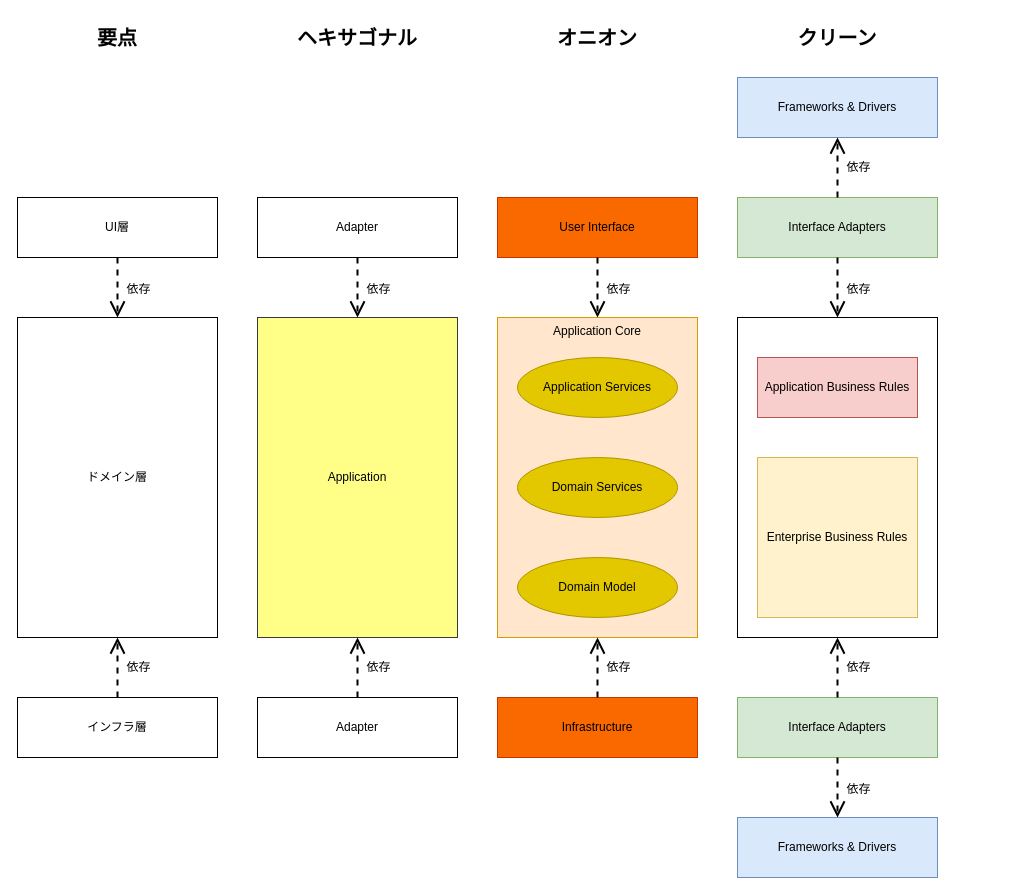
KihiraKota/Zenn keeps this draw.io diagram as page "v2" (2 of 2) of misc/Hexagonal, Onion, Clean Architectureの比較図.drawio. Above is the earlier version. Source tidied: cells renumbered, new cells numbered last; positions are measured from the earlier drawing's top-left corner, leaving out a move shared by most shapes. Both pictures are drawn from the tidied source at 100%, with x=0, y=0 at pixel (17, 17).
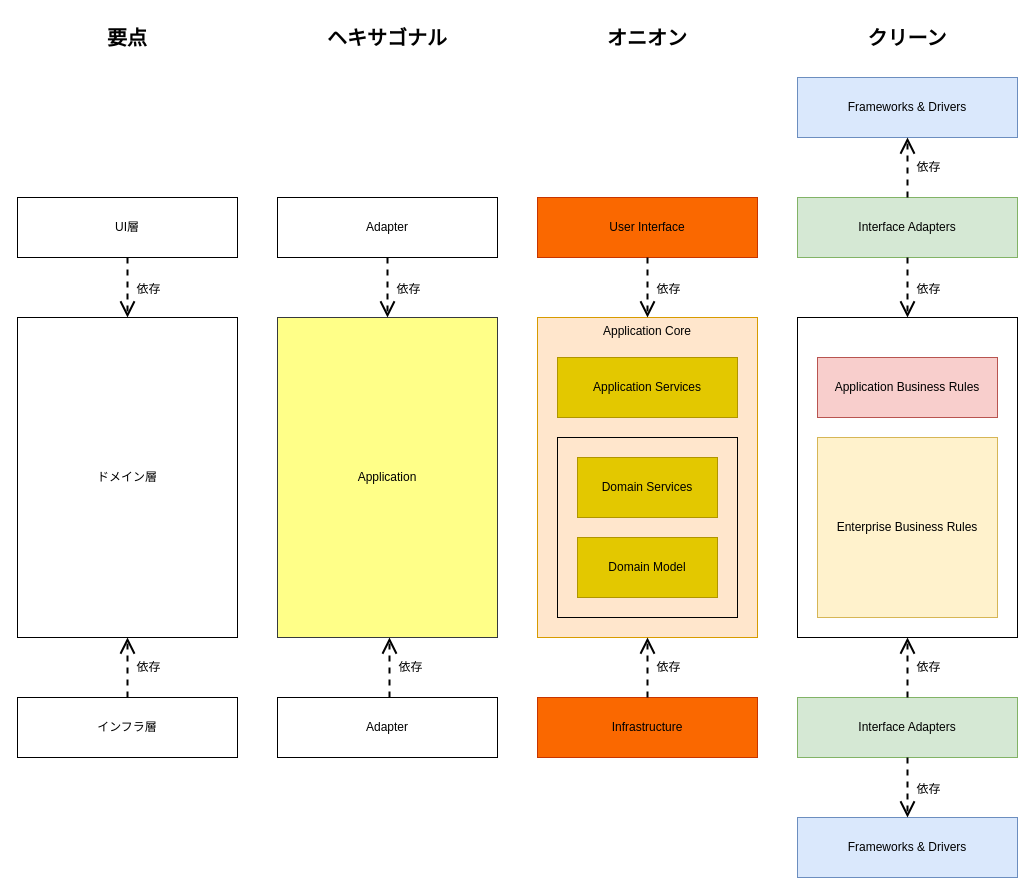
The same page after the edit.

Commit message (it also covers changes not shown here):
ヘキサゴナル、オニオン、クリーンの要点をまとめた図を更新

The edit, as a diff of the source:
```diff
@@
-    <mxCell id="0" />
-    <mxCell id="1" parent="0" />
+    <mxCell id="49" />
+    <mxCell id="50" parent="49" />
-    <mxCell id="2" value="Application" style="rounded=0;whiteSpace=wrap;html=1;fillColor=#ffff88;strokeColor=#36393d;strokeWidth=1;fontFamily=Helvetica;" parent="1" vertex="1">
-      <mxGeometry x="240" y="300" width="200" height="320" as="geometry" />
+    <mxCell id="2" value="Application" style="rounded=0;whiteSpace=wrap;html=1;fillColor=#ffff88;strokeColor=#36393d;strokeWidth=1;fontFamily=Helvetica;" parent="50" vertex="1">
+      <mxGeometry x="260" y="300" width="220" height="320" as="geometry" />
     </mxCell>
-    <mxCell id="3" value="Adapter" style="rounded=0;whiteSpace=wrap;html=1;" parent="1" vertex="1">
-      <mxGeometry x="240" y="180" width="200" height="60" as="geometry" />
-    </mxCell>
-    <mxCell id="4" value="Adapter" style="rounded=0;whiteSpace=wrap;html=1;" parent="1" vertex="1">
-      <mxGeometry x="240" y="680" width="200" height="60" as="geometry" />
-    </mxCell>
+    <mxCell id="51" value="Adapter" style="rounded=0;whiteSpace=wrap;html=1;" parent="50" vertex="1">
+      <mxGeometry x="260" y="180" width="220" height="60" as="geometry" />
+    </mxCell>
+    <mxCell id="52" value="Adapter" style="rounded=0;whiteSpace=wrap;html=1;" parent="50" vertex="1">
+      <mxGeometry x="260" y="680" width="220" height="60" as="geometry" />
+    </mxCell>
-    <mxCell id="5" value="Application Core" style="rounded=0;whiteSpace=wrap;html=1;fillColor=#ffe6cc;strokeColor=#d79b00;verticalAlign=top;" parent="1" vertex="1">
-      <mxGeometry x="480" y="300" width="200" height="320" as="geometry" />
+    <mxCell id="5" value="Application Core" style="rounded=0;whiteSpace=wrap;html=1;fillColor=#ffe6cc;strokeColor=#d79b00;verticalAlign=top;" parent="50" vertex="1">
+      <mxGeometry x="520" y="300" width="220" height="320" as="geometry" />
     </mxCell>
-    <mxCell id="6" value="User Interface" style="rounded=0;whiteSpace=wrap;html=1;fillColor=#fa6800;fontColor=#000000;strokeColor=#C73500;" parent="1" vertex="1">
-      <mxGeometry x="480" y="180" width="200" height="60" as="geometry" />
+    <mxCell id="6" value="User Interface" style="rounded=0;whiteSpace=wrap;html=1;fillColor=#fa6800;fontColor=#000000;strokeColor=#C73500;" parent="50" vertex="1">
+      <mxGeometry x="520" y="180" width="220" height="60" as="geometry" />
     </mxCell>
-    <mxCell id="7" value="Infrastructure" style="rounded=0;whiteSpace=wrap;html=1;fillColor=#fa6800;fontColor=#000000;strokeColor=#C73500;" parent="1" vertex="1">
-      <mxGeometry x="480" y="680" width="200" height="60" as="geometry" />
+    <mxCell id="7" value="Infrastructure" style="rounded=0;whiteSpace=wrap;html=1;fillColor=#fa6800;fontColor=#000000;strokeColor=#C73500;" parent="50" vertex="1">
+      <mxGeometry x="520" y="680" width="220" height="60" as="geometry" />
     </mxCell>
-    <mxCell id="8" value="Interface Adapters" style="rounded=0;whiteSpace=wrap;html=1;fillColor=#d5e8d4;strokeColor=#82b366;" parent="1" vertex="1">
-      <mxGeometry x="720" y="180" width="200" height="60" as="geometry" />
-    </mxCell>
-    <mxCell id="9" value="Interface Adapters" style="rounded=0;whiteSpace=wrap;html=1;fillColor=#d5e8d4;strokeColor=#82b366;" parent="1" vertex="1">
-      <mxGeometry x="720" y="680" width="200" height="60" as="geometry" />
-    </mxCell>
-    <mxCell id="10" value="Frameworks &amp;amp; Drivers" style="rounded=0;whiteSpace=wrap;html=1;fillColor=#dae8fc;strokeColor=#6c8ebf;" parent="1" vertex="1">
-      <mxGeometry x="720" y="60" width="200" height="60" as="geometry" />
-    </mxCell>
+    <mxCell id="53" value="Interface Adapters" style="rounded=0;whiteSpace=wrap;html=1;fillColor=#d5e8d4;strokeColor=#82b366;" parent="50" vertex="1">
+      <mxGeometry x="780" y="180" width="220" height="60" as="geometry" />
+    </mxCell>
+    <mxCell id="54" value="Interface Adapters" style="rounded=0;whiteSpace=wrap;html=1;fillColor=#d5e8d4;strokeColor=#82b366;" parent="50" vertex="1">
+      <mxGeometry x="780" y="680" width="220" height="60" as="geometry" />
+    </mxCell>
+    <mxCell id="55" value="Frameworks &amp;amp; Drivers" style="rounded=0;whiteSpace=wrap;html=1;fillColor=#dae8fc;strokeColor=#6c8ebf;" parent="50" vertex="1">
+      <mxGeometry x="780" y="60" width="220" height="60" as="geometry" />
+    </mxCell>
-    <mxCell id="11" value="UI層" style="rounded=0;whiteSpace=wrap;html=1;" parent="1" vertex="1">
-      <mxGeometry y="180" width="200" height="60" as="geometry" />
+    <mxCell id="11" value="UI層" style="rounded=0;whiteSpace=wrap;html=1;" parent="50" vertex="1">
+      <mxGeometry y="180" width="220" height="60" as="geometry" />
     </mxCell>
-    <mxCell id="12" value="ドメイン層" style="rounded=0;whiteSpace=wrap;html=1;" parent="1" vertex="1">
-      <mxGeometry y="300" width="200" height="320" as="geometry" />
+    <mxCell id="12" value="ドメイン層" style="rounded=0;whiteSpace=wrap;html=1;" parent="50" vertex="1">
+      <mxGeometry y="300" width="220" height="320" as="geometry" />
     </mxCell>
-    <mxCell id="13" value="インフラ層" style="rounded=0;whiteSpace=wrap;html=1;" parent="1" vertex="1">
-      <mxGeometry y="680" width="200" height="60" as="geometry" />
+    <mxCell id="13" value="インフラ層" style="rounded=0;whiteSpace=wrap;html=1;" parent="50" vertex="1">
+      <mxGeometry y="680" width="220" height="60" as="geometry" />
     </mxCell>
-    <mxCell id="14" value="Frameworks &amp;amp; Drivers" style="rounded=0;whiteSpace=wrap;html=1;fillColor=#dae8fc;strokeColor=#6c8ebf;" parent="1" vertex="1">
-      <mxGeometry x="720" y="800" width="200" height="60" as="geometry" />
-    </mxCell>
-    <mxCell id="15" style="rounded=0;whiteSpace=wrap;html=1;" parent="1" vertex="1">
-      <mxGeometry x="720" y="300" width="200" height="320" as="geometry" />
-    </mxCell>
-    <mxCell id="16" parent="0" />
+    <mxCell id="56" value="Frameworks &amp;amp; Drivers" style="rounded=0;whiteSpace=wrap;html=1;fillColor=#dae8fc;strokeColor=#6c8ebf;" parent="50" vertex="1">
+      <mxGeometry x="780" y="800" width="220" height="60" as="geometry" />
+    </mxCell>
+    <mxCell id="57" style="rounded=0;whiteSpace=wrap;html=1;" parent="50" vertex="1">
+      <mxGeometry x="780" y="300" width="220" height="320" as="geometry" />
+    </mxCell>
+    <mxCell id="58" parent="49" />
-    <mxCell id="17" value="Application Business Rules" style="rounded=0;whiteSpace=wrap;html=1;fillColor=#f8cecc;strokeColor=#b85450;fontStyle=0;" parent="16" vertex="1">
-      <mxGeometry x="740" y="340" width="160" height="60" as="geometry" />
+    <mxCell id="17" value="Application Business Rules" style="rounded=0;whiteSpace=wrap;html=1;fillColor=#f8cecc;strokeColor=#b85450;fontStyle=0;" parent="58" vertex="1">
+      <mxGeometry x="800" y="340" width="180" height="60" as="geometry" />
     </mxCell>
-    <mxCell id="18" value="Enterprise Business Rules" style="rounded=0;whiteSpace=wrap;html=1;fillColor=#fff2cc;strokeColor=#d6b656;" parent="16" vertex="1">
-      <mxGeometry x="740" y="440" width="160" height="160" as="geometry" />
+    <mxCell id="18" value="Enterprise Business Rules" style="rounded=0;whiteSpace=wrap;html=1;fillColor=#fff2cc;strokeColor=#d6b656;" parent="58" vertex="1">
+      <mxGeometry x="800" y="420" width="180" height="180" as="geometry" />
     </mxCell>
-    <mxCell id="19" parent="0" />
-    <mxCell id="20" value="Application Services" style="ellipse;whiteSpace=wrap;html=1;fillColor=#e3c800;fontColor=#000000;strokeColor=#B09500;" parent="19" vertex="1">
-      <mxGeometry x="500" y="340" width="160" height="60" as="geometry" />
+    <mxCell id="20" value="Application Services" style="rounded=0;whiteSpace=wrap;html=1;fillColor=#e3c800;fontColor=#000000;strokeColor=#B09500;" parent="58" vertex="1">
+      <mxGeometry x="540" y="340" width="180" height="60" as="geometry" />
     </mxCell>
+    <mxCell id="59" style="rounded=0;whiteSpace=wrap;html=1;fillColor=none;" parent="58" vertex="1">
+      <mxGeometry x="540" y="420" width="180" height="180" as="geometry" />
+    </mxCell>
+    <mxCell id="60" parent="49" />
-    <mxCell id="21" value="Domain Services" style="ellipse;whiteSpace=wrap;html=1;fillColor=#e3c800;fontColor=#000000;strokeColor=#B09500;" parent="19" vertex="1">
-      <mxGeometry x="500" y="440" width="160" height="60" as="geometry" />
+    <mxCell id="21" value="Domain Services" style="rounded=0;whiteSpace=wrap;html=1;fillColor=#e3c800;fontColor=#000000;strokeColor=#B09500;" parent="60" vertex="1">
+      <mxGeometry x="560" y="440" width="140" height="60" as="geometry" />
     </mxCell>
-    <mxCell id="22" value="Domain Model" style="ellipse;whiteSpace=wrap;html=1;fillColor=#e3c800;fontColor=#000000;strokeColor=#B09500;" parent="19" vertex="1">
-      <mxGeometry x="500" y="540" width="160" height="60" as="geometry" />
+    <mxCell id="22" value="Domain Model" style="rounded=0;whiteSpace=wrap;html=1;fillColor=#e3c800;fontColor=#000000;strokeColor=#B09500;" parent="60" vertex="1">
+      <mxGeometry x="560" y="520" width="140" height="60" as="geometry" />
     </mxCell>
-    <mxCell id="23" parent="0" />
-    <mxCell id="24" style="endArrow=open;html=1;rounded=0;endFill=0;strokeWidth=2;fontStyle=0;dashed=1;endSize=12;" parent="23" edge="1">
-      <mxGeometry relative="1" as="geometry">
-        <mxPoint x="820" y="180" as="sourcePoint" />
-        <mxPoint x="820" y="120" as="targetPoint" />
-      </mxGeometry>
-    </mxCell>
-    <mxCell id="25" value="依存" style="edgeLabel;html=1;align=center;verticalAlign=middle;fontSize=12;" parent="24" vertex="1">
-      <mxGeometry x="0.03" y="-2" relative="1" as="geometry">
-        <mxPoint x="18" as="offset" />
-      </mxGeometry>
-    </mxCell>
-    <mxCell id="26" style="endArrow=open;html=1;rounded=0;endFill=0;strokeWidth=2;fontStyle=0;dashed=1;endSize=12;" parent="23" edge="1">
-      <mxGeometry relative="1" as="geometry">
-        <mxPoint x="100" y="240" as="sourcePoint" />
-        <mxPoint x="100" y="300" as="targetPoint" />
-      </mxGeometry>
-    </mxCell>
-    <mxCell id="27" value="依存" style="edgeLabel;html=1;align=center;verticalAlign=middle;fontSize=12;" parent="26" vertex="1">
-      <mxGeometry x="0.03" y="-2" relative="1" as="geometry">
-        <mxPoint x="22" as="offset" />
-      </mxGeometry>
-    </mxCell>
-    <mxCell id="28" style="endArrow=open;html=1;rounded=0;endFill=0;strokeWidth=2;fontStyle=0;dashed=1;endSize=12;" parent="23" edge="1">
-      <mxGeometry relative="1" as="geometry">
-        <mxPoint x="340" y="240" as="sourcePoint" />
-        <mxPoint x="340" y="300" as="targetPoint" />
-      </mxGeometry>
-    </mxCell>
-    <mxCell id="29" value="依存" style="edgeLabel;html=1;align=center;verticalAlign=middle;fontSize=12;" parent="28" vertex="1">
-      <mxGeometry x="0.03" y="-2" relative="1" as="geometry">
-        <mxPoint x="22" as="offset" />
-      </mxGeometry>
-    </mxCell>
-    <mxCell id="30" style="endArrow=open;html=1;rounded=0;endFill=0;strokeWidth=2;fontStyle=0;dashed=1;endSize=12;" parent="23" edge="1">
-      <mxGeometry relative="1" as="geometry">
-        <mxPoint x="580" y="240" as="sourcePoint" />
-        <mxPoint x="580" y="300" as="targetPoint" />
-      </mxGeometry>
-    </mxCell>
-    <mxCell id="31" value="依存" style="edgeLabel;html=1;align=center;verticalAlign=middle;fontSize=12;" parent="30" vertex="1">
-      <mxGeometry x="0.03" y="-2" relative="1" as="geometry">
-        <mxPoint x="22" as="offset" />
-      </mxGeometry>
-    </mxCell>
-    <mxCell id="32" style="endArrow=open;html=1;rounded=0;endFill=0;strokeWidth=2;fontStyle=0;dashed=1;endSize=12;" parent="23" edge="1">
-      <mxGeometry relative="1" as="geometry">
-        <mxPoint x="820" y="240" as="sourcePoint" />
-        <mxPoint x="820" y="300" as="targetPoint" />
-      </mxGeometry>
-    </mxCell>
-    <mxCell id="33" value="依存" style="edgeLabel;html=1;align=center;verticalAlign=middle;fontSize=12;" parent="32" vertex="1">
-      <mxGeometry x="0.03" y="-2" relative="1" as="geometry">
-        <mxPoint x="22" as="offset" />
-      </mxGeometry>
-    </mxCell>
-    <mxCell id="34" style="endArrow=open;html=1;rounded=0;endFill=0;strokeWidth=2;fontStyle=0;dashed=1;endSize=12;" parent="23" edge="1">
-      <mxGeometry relative="1" as="geometry">
-        <mxPoint x="100" y="680" as="sourcePoint" />
-        <mxPoint x="100" y="620" as="targetPoint" />
-      </mxGeometry>
-    </mxCell>
-    <mxCell id="35" value="依存" style="edgeLabel;html=1;align=center;verticalAlign=middle;fontSize=12;" parent="34" vertex="1">
-      <mxGeometry x="0.03" y="-2" relative="1" as="geometry">
-        <mxPoint x="18" as="offset" />
-      </mxGeometry>
-    </mxCell>
-    <mxCell id="36" style="endArrow=open;html=1;rounded=0;endFill=0;strokeWidth=2;fontStyle=0;dashed=1;endSize=12;" parent="23" edge="1">
-      <mxGeometry relative="1" as="geometry">
-        <mxPoint x="340" y="680" as="sourcePoint" />
-        <mxPoint x="340" y="620" as="targetPoint" />
-      </mxGeometry>
-    </mxCell>
-    <mxCell id="37" value="依存" style="edgeLabel;html=1;align=center;verticalAlign=middle;fontSize=12;" parent="36" vertex="1">
-      <mxGeometry x="0.03" y="-2" relative="1" as="geometry">
-        <mxPoint x="18" as="offset" />
-      </mxGeometry>
-    </mxCell>
-    <mxCell id="38" style="endArrow=open;html=1;rounded=0;endFill=0;strokeWidth=2;fontStyle=0;dashed=1;endSize=12;" parent="23" edge="1">
-      <mxGeometry relative="1" as="geometry">
-        <mxPoint x="580" y="680" as="sourcePoint" />
-        <mxPoint x="580" y="620" as="targetPoint" />
-      </mxGeometry>
-    </mxCell>
-    <mxCell id="39" value="依存" style="edgeLabel;html=1;align=center;verticalAlign=middle;fontSize=12;" parent="38" vertex="1">
-      <mxGeometry x="0.03" y="-2" relative="1" as="geometry">
-        <mxPoint x="18" as="offset" />
-      </mxGeometry>
-    </mxCell>
-    <mxCell id="40" style="endArrow=open;html=1;rounded=0;endFill=0;strokeWidth=2;fontStyle=0;dashed=1;endSize=12;" parent="23" edge="1">
-      <mxGeometry relative="1" as="geometry">
-        <mxPoint x="820" y="680" as="sourcePoint" />
-        <mxPoint x="820" y="620" as="targetPoint" />
-      </mxGeometry>
-    </mxCell>
-    <mxCell id="41" value="依存" style="edgeLabel;html=1;align=center;verticalAlign=middle;fontSize=12;" parent="40" vertex="1">
-      <mxGeometry x="0.03" y="-2" relative="1" as="geometry">
-        <mxPoint x="18" as="offset" />
-      </mxGeometry>
-    </mxCell>
-    <mxCell id="42" style="endArrow=open;html=1;rounded=0;endFill=0;strokeWidth=2;fontStyle=0;dashed=1;endSize=12;" parent="23" edge="1">
-      <mxGeometry relative="1" as="geometry">
-        <mxPoint x="820" y="740" as="sourcePoint" />
-        <mxPoint x="820" y="800" as="targetPoint" />
-      </mxGeometry>
-    </mxCell>
-    <mxCell id="43" value="依存" style="edgeLabel;html=1;align=center;verticalAlign=middle;fontSize=12;" parent="42" vertex="1">
-      <mxGeometry x="0.03" y="-2" relative="1" as="geometry">
-        <mxPoint x="22" as="offset" />
-      </mxGeometry>
-    </mxCell>
-    <mxCell id="44" parent="0" />
+    <mxCell id="61" parent="49" />
+    <mxCell id="62" style="endArrow=open;html=1;rounded=0;endFill=0;strokeWidth=2;fontStyle=0;dashed=1;endSize=12;" parent="61" edge="1">
+      <mxGeometry relative="1" as="geometry">
+        <mxPoint x="890" y="180" as="sourcePoint" />
+        <mxPoint x="890" y="120" as="targetPoint" />
+      </mxGeometry>
+    </mxCell>
+    <mxCell id="63" value="依存" style="edgeLabel;html=1;align=center;verticalAlign=middle;fontSize=12;" parent="62" vertex="1">
+      <mxGeometry x="0.03" y="-2" relative="1" as="geometry">
+        <mxPoint x="18" as="offset" />
+      </mxGeometry>
+    </mxCell>
+    <mxCell id="64" style="endArrow=open;html=1;rounded=0;endFill=0;strokeWidth=2;fontStyle=0;dashed=1;endSize=12;" parent="61" edge="1">
+      <mxGeometry relative="1" as="geometry">
+        <mxPoint x="110" y="240" as="sourcePoint" />
+        <mxPoint x="110" y="300" as="targetPoint" />
+      </mxGeometry>
+    </mxCell>
+    <mxCell id="65" value="依存" style="edgeLabel;html=1;align=center;verticalAlign=middle;fontSize=12;" parent="64" vertex="1">
+      <mxGeometry x="0.03" y="-2" relative="1" as="geometry">
+        <mxPoint x="22" as="offset" />
+      </mxGeometry>
+    </mxCell>
+    <mxCell id="66" style="endArrow=open;html=1;rounded=0;endFill=0;strokeWidth=2;fontStyle=0;dashed=1;endSize=12;" parent="61" edge="1">
+      <mxGeometry relative="1" as="geometry">
+        <mxPoint x="370" y="240" as="sourcePoint" />
+        <mxPoint x="370" y="300" as="targetPoint" />
+      </mxGeometry>
+    </mxCell>
+    <mxCell id="67" value="依存" style="edgeLabel;html=1;align=center;verticalAlign=middle;fontSize=12;" parent="66" vertex="1">
+      <mxGeometry x="0.03" y="-2" relative="1" as="geometry">
+        <mxPoint x="22" as="offset" />
+      </mxGeometry>
+    </mxCell>
+    <mxCell id="68" style="endArrow=open;html=1;rounded=0;endFill=0;strokeWidth=2;fontStyle=0;dashed=1;endSize=12;" parent="61" edge="1">
+      <mxGeometry relative="1" as="geometry">
+        <mxPoint x="630" y="240" as="sourcePoint" />
+        <mxPoint x="630" y="300" as="targetPoint" />
+      </mxGeometry>
+    </mxCell>
+    <mxCell id="69" value="依存" style="edgeLabel;html=1;align=center;verticalAlign=middle;fontSize=12;" parent="68" vertex="1">
+      <mxGeometry x="0.03" y="-2" relative="1" as="geometry">
+        <mxPoint x="22" as="offset" />
+      </mxGeometry>
+    </mxCell>
+    <mxCell id="70" style="endArrow=open;html=1;rounded=0;endFill=0;strokeWidth=2;fontStyle=0;dashed=1;endSize=12;" parent="61" edge="1">
+      <mxGeometry relative="1" as="geometry">
+        <mxPoint x="890" y="240" as="sourcePoint" />
+        <mxPoint x="890" y="300" as="targetPoint" />
+      </mxGeometry>
+    </mxCell>
+    <mxCell id="71" value="依存" style="edgeLabel;html=1;align=center;verticalAlign=middle;fontSize=12;" parent="70" vertex="1">
+      <mxGeometry x="0.03" y="-2" relative="1" as="geometry">
+        <mxPoint x="22" as="offset" />
+      </mxGeometry>
+    </mxCell>
+    <mxCell id="72" style="endArrow=open;html=1;rounded=0;endFill=0;strokeWidth=2;fontStyle=0;dashed=1;endSize=12;" parent="61" edge="1">
+      <mxGeometry relative="1" as="geometry">
+        <mxPoint x="110" y="680" as="sourcePoint" />
+        <mxPoint x="110" y="620" as="targetPoint" />
+      </mxGeometry>
+    </mxCell>
+    <mxCell id="73" value="依存" style="edgeLabel;html=1;align=center;verticalAlign=middle;fontSize=12;" parent="72" vertex="1">
+      <mxGeometry x="0.03" y="-2" relative="1" as="geometry">
+        <mxPoint x="18" as="offset" />
+      </mxGeometry>
+    </mxCell>
+    <mxCell id="74" style="endArrow=open;html=1;rounded=0;endFill=0;strokeWidth=2;fontStyle=0;dashed=1;endSize=12;" parent="61" edge="1">
+      <mxGeometry relative="1" as="geometry">
+        <mxPoint x="372" y="680" as="sourcePoint" />
+        <mxPoint x="372" y="620" as="targetPoint" />
+      </mxGeometry>
+    </mxCell>
+    <mxCell id="75" value="依存" style="edgeLabel;html=1;align=center;verticalAlign=middle;fontSize=12;" parent="74" vertex="1">
+      <mxGeometry x="0.03" y="-2" relative="1" as="geometry">
+        <mxPoint x="18" as="offset" />
+      </mxGeometry>
+    </mxCell>
+    <mxCell id="76" style="endArrow=open;html=1;rounded=0;endFill=0;strokeWidth=2;fontStyle=0;dashed=1;endSize=12;" parent="61" edge="1">
+      <mxGeometry relative="1" as="geometry">
+        <mxPoint x="630" y="680" as="sourcePoint" />
+        <mxPoint x="630" y="620" as="targetPoint" />
+      </mxGeometry>
+    </mxCell>
+    <mxCell id="77" value="依存" style="edgeLabel;html=1;align=center;verticalAlign=middle;fontSize=12;" parent="76" vertex="1">
+      <mxGeometry x="0.03" y="-2" relative="1" as="geometry">
+        <mxPoint x="18" as="offset" />
+      </mxGeometry>
+    </mxCell>
+    <mxCell id="78" style="endArrow=open;html=1;rounded=0;endFill=0;strokeWidth=2;fontStyle=0;dashed=1;endSize=12;" parent="61" edge="1">
+      <mxGeometry relative="1" as="geometry">
+        <mxPoint x="890" y="680" as="sourcePoint" />
+        <mxPoint x="890" y="620" as="targetPoint" />
+      </mxGeometry>
+    </mxCell>
+    <mxCell id="79" value="依存" style="edgeLabel;html=1;align=center;verticalAlign=middle;fontSize=12;" parent="78" vertex="1">
+      <mxGeometry x="0.03" y="-2" relative="1" as="geometry">
+        <mxPoint x="18" as="offset" />
+      </mxGeometry>
+    </mxCell>
+    <mxCell id="80" style="endArrow=open;html=1;rounded=0;endFill=0;strokeWidth=2;fontStyle=0;dashed=1;endSize=12;" parent="61" edge="1">
+      <mxGeometry relative="1" as="geometry">
+        <mxPoint x="890" y="740" as="sourcePoint" />
+        <mxPoint x="890" y="800" as="targetPoint" />
+      </mxGeometry>
+    </mxCell>
+    <mxCell id="81" value="依存" style="edgeLabel;html=1;align=center;verticalAlign=middle;fontSize=12;" parent="80" vertex="1">
+      <mxGeometry x="0.03" y="-2" relative="1" as="geometry">
+        <mxPoint x="22" as="offset" />
+      </mxGeometry>
+    </mxCell>
+    <mxCell id="82" parent="49" />
-    <mxCell id="45" value="クリーン" style="text;html=1;whiteSpace=wrap;strokeColor=none;fillColor=none;align=center;verticalAlign=middle;rounded=0;fontStyle=1;fontSize=20;" parent="44" vertex="1">
-      <mxGeometry x="720" width="200" height="40" as="geometry" />
+    <mxCell id="45" value="クリーン" style="text;html=1;whiteSpace=wrap;strokeColor=none;fillColor=none;align=center;verticalAlign=middle;rounded=0;fontStyle=1;fontSize=20;" parent="82" vertex="1">
+      <mxGeometry x="780" width="220" height="40" as="geometry" />
     </mxCell>
-    <mxCell id="46" value="ヘキサゴナル" style="text;html=1;whiteSpace=wrap;strokeColor=none;fillColor=none;align=center;verticalAlign=middle;rounded=0;fontStyle=1;fontSize=20;" parent="44" vertex="1">
-      <mxGeometry x="240" width="200" height="40" as="geometry" />
+    <mxCell id="46" value="ヘキサゴナル" style="text;html=1;whiteSpace=wrap;strokeColor=none;fillColor=none;align=center;verticalAlign=middle;rounded=0;fontStyle=1;fontSize=20;" parent="82" vertex="1">
+      <mxGeometry x="260" width="220" height="40" as="geometry" />
     </mxCell>
-    <mxCell id="47" value="オニオン" style="text;html=1;whiteSpace=wrap;strokeColor=none;fillColor=none;align=center;verticalAlign=middle;rounded=0;fontStyle=1;fontSize=20;" parent="44" vertex="1">
-      <mxGeometry x="480" width="200" height="40" as="geometry" />
+    <mxCell id="47" value="オニオン" style="text;html=1;whiteSpace=wrap;strokeColor=none;fillColor=none;align=center;verticalAlign=middle;rounded=0;fontStyle=1;fontSize=20;" parent="82" vertex="1">
+      <mxGeometry x="520" width="220" height="40" as="geometry" />
     </mxCell>
-    <mxCell id="48" value="要点" style="text;html=1;whiteSpace=wrap;strokeColor=none;fillColor=none;align=center;verticalAlign=middle;rounded=0;fontStyle=1;fontSize=20;" parent="44" vertex="1">
-      <mxGeometry width="200" height="40" as="geometry" />
+    <mxCell id="48" value="要点" style="text;html=1;whiteSpace=wrap;strokeColor=none;fillColor=none;align=center;verticalAlign=middle;rounded=0;fontStyle=1;fontSize=20;" parent="82" vertex="1">
+      <mxGeometry width="220" height="40" as="geometry" />
     </mxCell>
```
